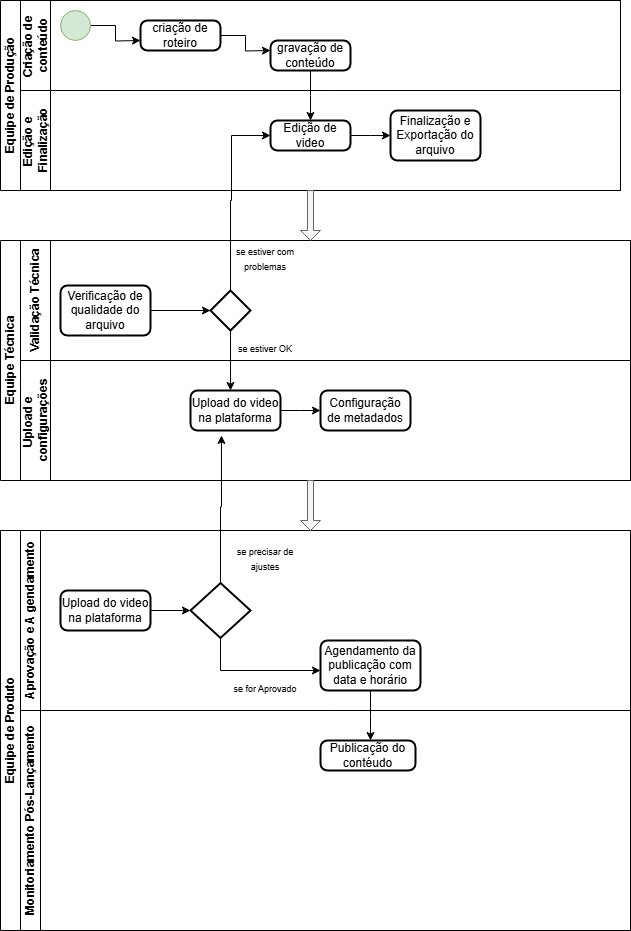
The draw.io diagram Diagrama 2.0.drawio.png in Andynlx01/fluxograma.aprensa-o, before a commit. Source tidied: cells renumbered, new cells last; positions are measured from the earlier drawing's top-left corner, leaving out a move shared by most shapes.
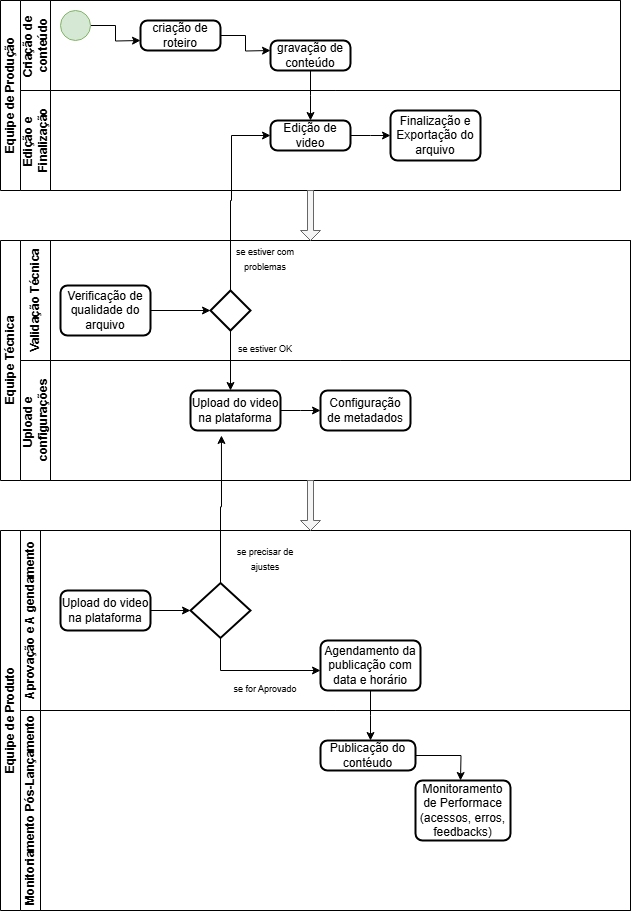
After the commit.

Change to the diagram source:
```diff
@@ -87,7 +87,7 @@
       <mxGeometry x="300" y="30" width="90" height="40" as="geometry" />
     </mxCell>
     <mxCell id="26" value="Equipe de Produto" style="swimlane;horizontal=0;startSize=20;html=1;" parent="1" vertex="1">
-      <mxGeometry y="530" width="630" height="400" as="geometry" />
+      <mxGeometry y="530" width="630" height="380" as="geometry" />
     </mxCell>
     <mxCell id="27" value="Aprovação e A gendamento" style="swimlane;startSize=20;horizontal=0;html=1;" parent="26" vertex="1">
       <mxGeometry x="20" width="610" height="180" as="geometry" />
@@ -125,11 +125,19 @@
       <mxGeometry x="300" y="110" width="100" height="50" as="geometry" />
     </mxCell>
     <mxCell id="36" value="Monitoriamento Pós-Lançamento" style="swimlane;startSize=20;horizontal=0;html=1;" parent="26" vertex="1">
-      <mxGeometry x="20" y="180" width="610" height="220" as="geometry" />
+      <mxGeometry x="20" y="180" width="610" height="200" as="geometry" />
     </mxCell>
+    <mxCell id="42" style="edgeStyle=orthogonalEdgeStyle;rounded=0;jettySize=auto;html=1;exitX=1;exitY=0.5;exitDx=0;exitDy=0;" parent="36" edge="1" source="37">
+      <mxGeometry relative="1" as="geometry">
+        <mxPoint x="440" y="70" as="targetPoint" />
+      </mxGeometry>
+    </mxCell>
     <mxCell id="37" value="Publicação do contéudo" style="rounded=1;whiteSpace=wrap;html=1;absoluteArcSize=1;arcSize=14;strokeWidth=2;" parent="36" vertex="1">
       <mxGeometry x="300" y="30" width="95" height="30" as="geometry" />
     </mxCell>
+    <mxCell id="43" value="Monitoramento de Performace&lt;div&gt;(acessos, erros, feedbacks)&lt;/div&gt;" style="rounded=1;whiteSpace=wrap;html=1;absoluteArcSize=1;arcSize=14;strokeWidth=2;" parent="36" vertex="1">
+      <mxGeometry x="395" y="70" width="95" height="60" as="geometry" />
+    </mxCell>
     <mxCell id="38" style="shape=singleArrow;direction=south;whiteSpace=wrap;html=1;fillColor=#f5f5f5;fontColor=#333333;strokeColor=#666666;" parent="1" vertex="1">
       <mxGeometry x="300" y="190" width="20" height="50" as="geometry" />
     </mxCell>
```
